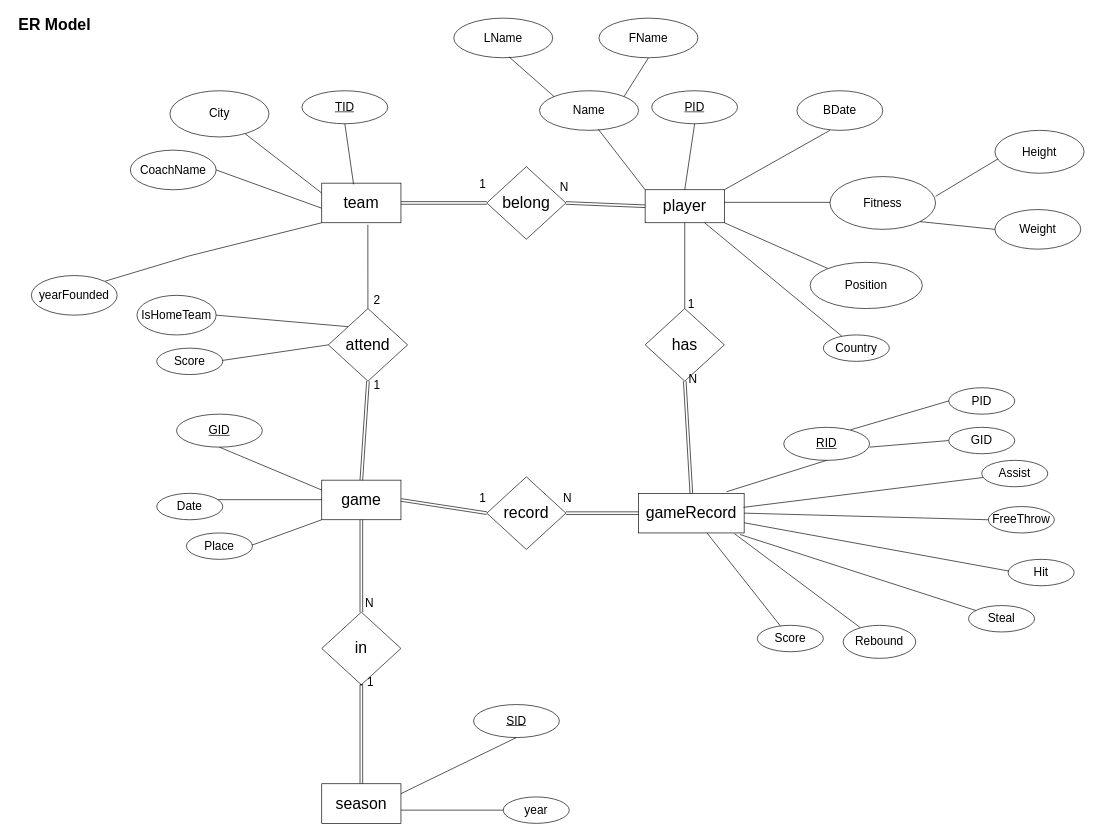
Basketball-Competition-Dashboard/doc keeps this draw.io diagram as diagrams/Entity-relationship model.drawio. Above is the earlier version. Source tidied: cells renumbered, new cells numbered last; positions are measured from the earlier drawing's top-left corner, leaving out a move shared by most shapes. Both pictures are drawn from the tidied source at 66%, with x=0, y=0 at pixel (11, 11).
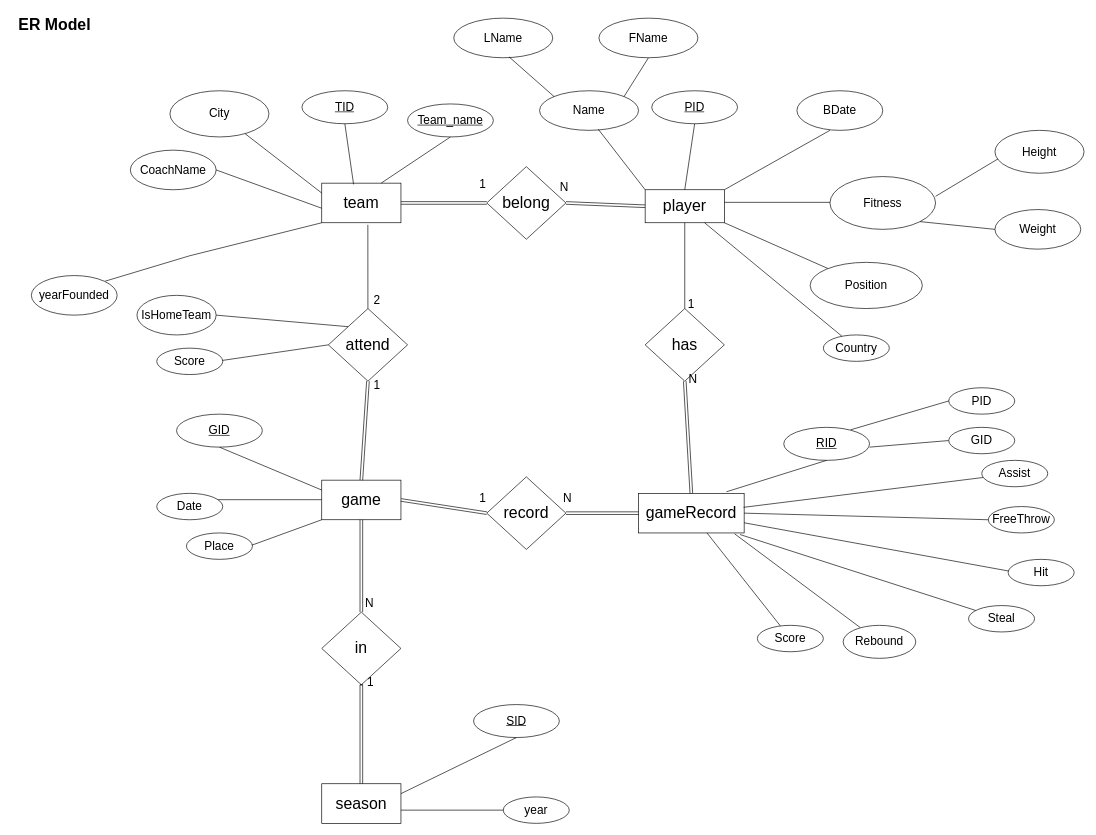
The same diagram, later.

Unchanged cells that the change refers to:
```xml
<mxCell id="2" value="&lt;font style=&quot;font-size: 24px;&quot;&gt;team&lt;/font&gt;" style="rounded=0;whiteSpace=wrap;html=1;" parent="1" vertex="1">
  <mxGeometry x="470" y="260" width="120" height="60" as="geometry" />
</mxCell>
```

What changed in the source:
```diff
@@
+    <mxCell id="95" value="Team_name" style="ellipse;whiteSpace=wrap;html=1;align=center;fontStyle=4;fontSize=18;" parent="1" vertex="1">
+      <mxGeometry x="600" y="140" width="130" height="50" as="geometry" />
+    </mxCell>
+    <mxCell id="96" style="endArrow=none;html=1;rounded=0;entryX=0.75;entryY=0;entryDx=0;entryDy=0;exitX=0.5;exitY=1;exitDx=0;exitDy=0;fontSize=18;" parent="1" edge="1" source="95" target="2">
+      <mxGeometry relative="1" as="geometry" />
+    </mxCell>
```
